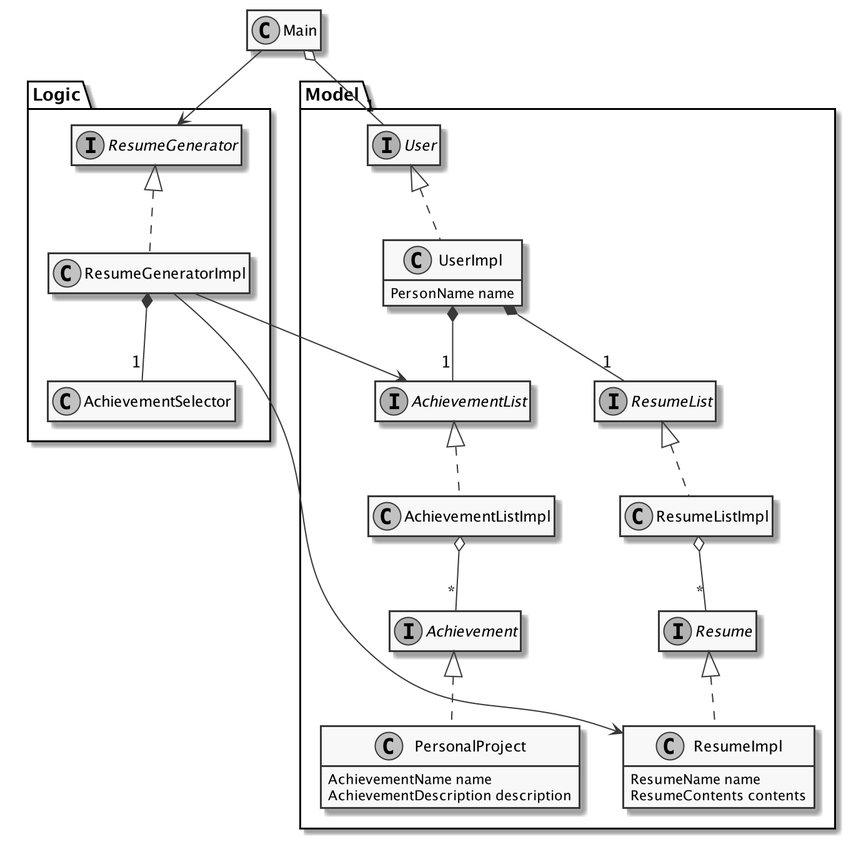
marckysan/ResuMe keeps this PlantUML diagram as docs/images/BackendClassDiagram.png. Above is the earlier version.
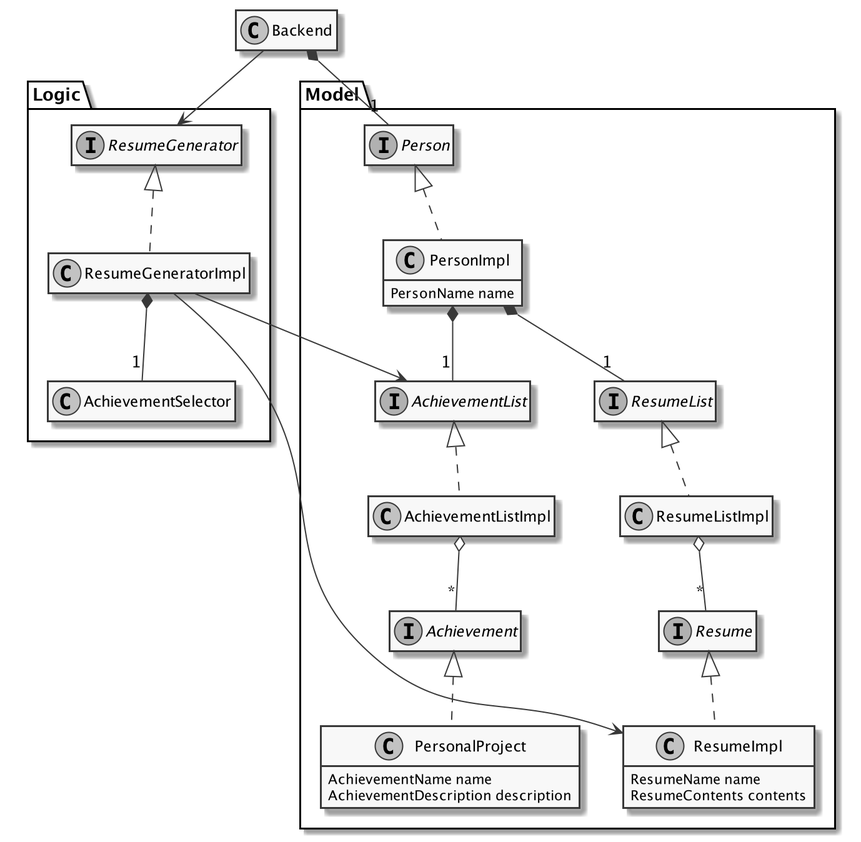
After the change.

What changed in the source:
```diff
@@ -3,9 +3,9 @@
 skinparam monochrome true
 hide empty members
 
-class Main
-Main --> Logic.ResumeGenerator
-Main o-- "1" Model.User
+class Backend
+Backend --> Logic.ResumeGenerator
+Backend *-- "1" Model.Person
 
 namespace Logic {
 
@@ -21,13 +21,13 @@
 
 namespace Model {
 
-interface User
-class UserImpl {
+interface Person
+class PersonImpl {
     PersonName name
 }
-User <|.. UserImpl
-UserImpl *-- "1" AchievementList
-UserImpl *-- "1" ResumeList
+Person <|.. PersonImpl
+PersonImpl *-- "1" AchievementList
+PersonImpl *-- "1" ResumeList
 
 interface Achievement
 class PersonalProject {
```
